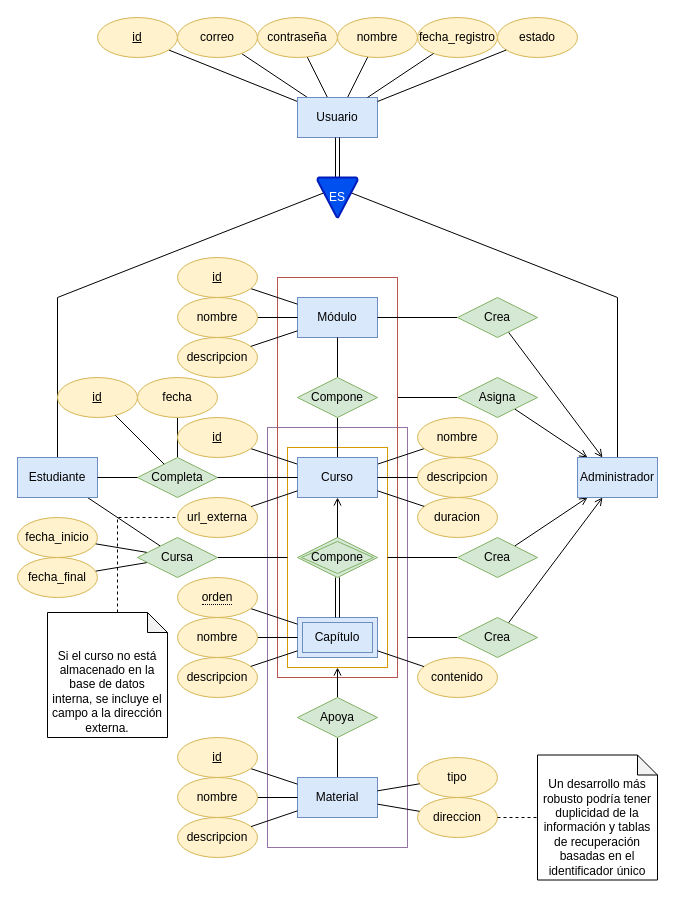
MrPocketMonsters/bdb-portal-capacitaciones keeps this draw.io diagram as diseño/diagrama_er.drawio. Above is the earlier version. Source tidied: cells renumbered, new cells numbered last; positions are measured from the earlier drawing's top-left corner, leaving out a move shared by most shapes. Both pictures are drawn from the tidied source at 100%, with x=0, y=0 at pixel (17, 17).
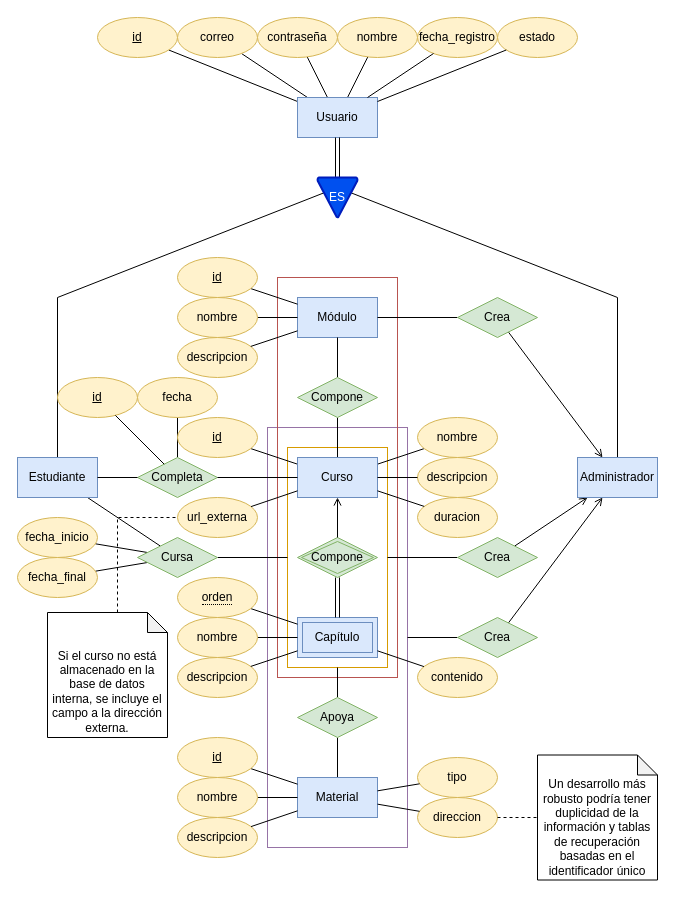
Above is the later version.

Commit message (it also covers changes not shown here):
fix: update ER diagram to accurately reflect *..* relationship between Chapter and Material. Delete Administrator relationship to ModuleCourse.

The change refers to these unchanged cells:
```xml
<mxCell id="3" style="rounded=0;whiteSpace=wrap;html=1;fillColor=none;strokeColor=#b85450;" parent="1" vertex="1">
  <mxGeometry x="260" y="260" width="120" height="400" as="geometry" />
</mxCell>
<mxCell id="4" style="rounded=0;whiteSpace=wrap;html=1;fillColor=none;strokeColor=#d79b00;" parent="1" vertex="1">
  <mxGeometry x="270" y="430" width="100" height="220" as="geometry" />
</mxCell>
<mxCell id="17" value="Administrador" style="whiteSpace=wrap;html=1;align=center;fillColor=#dae8fc;strokeColor=#6c8ebf;" parent="1" vertex="1">
  <mxGeometry x="560" y="440" width="80" height="40" as="geometry" />
</mxCell>
<mxCell id="36" value="Apoya" style="shape=rhombus;perimeter=rhombusPerimeter;whiteSpace=wrap;html=1;align=center;fillColor=#d5e8d4;strokeColor=#82b366;" parent="1" vertex="1">
  <mxGeometry x="280" y="680" width="80" height="40" as="geometry" />
</mxCell>
```

What changed in the source:
```diff
@@
-    <mxCell id="14" style="edgeStyle=none;rounded=0;jettySize=auto;html=1;endArrow=open;endFill=0;startArrow=none;startFill=0;" parent="1" edge="1" source="79" target="17">
-      <mxGeometry relative="1" as="geometry" />
-    </mxCell>
@@
-    <mxCell id="32" style="edgeStyle=none;rounded=0;jettySize=auto;html=1;entryX=1.004;entryY=0.3;entryDx=0;entryDy=0;entryPerimeter=0;endArrow=none;endFill=0;" parent="1" edge="1" source="79" target="3">
-      <mxGeometry relative="1" as="geometry" />
-    </mxCell>
@@
-    <mxCell id="35" style="edgeStyle=none;rounded=0;jettySize=auto;html=1;endArrow=open;endFill=0;" parent="1" edge="1" source="36" target="4">
+    <mxCell id="35" style="edgeStyle=none;rounded=0;jettySize=auto;html=1;endArrow=none;endFill=0;" parent="1" edge="1" source="36" target="4">
       <mxGeometry relative="1" as="geometry" />
     </mxCell>
@@
-    <mxCell id="79" value="Asigna" style="shape=rhombus;perimeter=rhombusPerimeter;whiteSpace=wrap;html=1;align=center;fillColor=#d5e8d4;strokeColor=#82b366;" parent="1" vertex="1">
-      <mxGeometry x="440" y="360" width="80" height="40" as="geometry" />
-    </mxCell>
```
